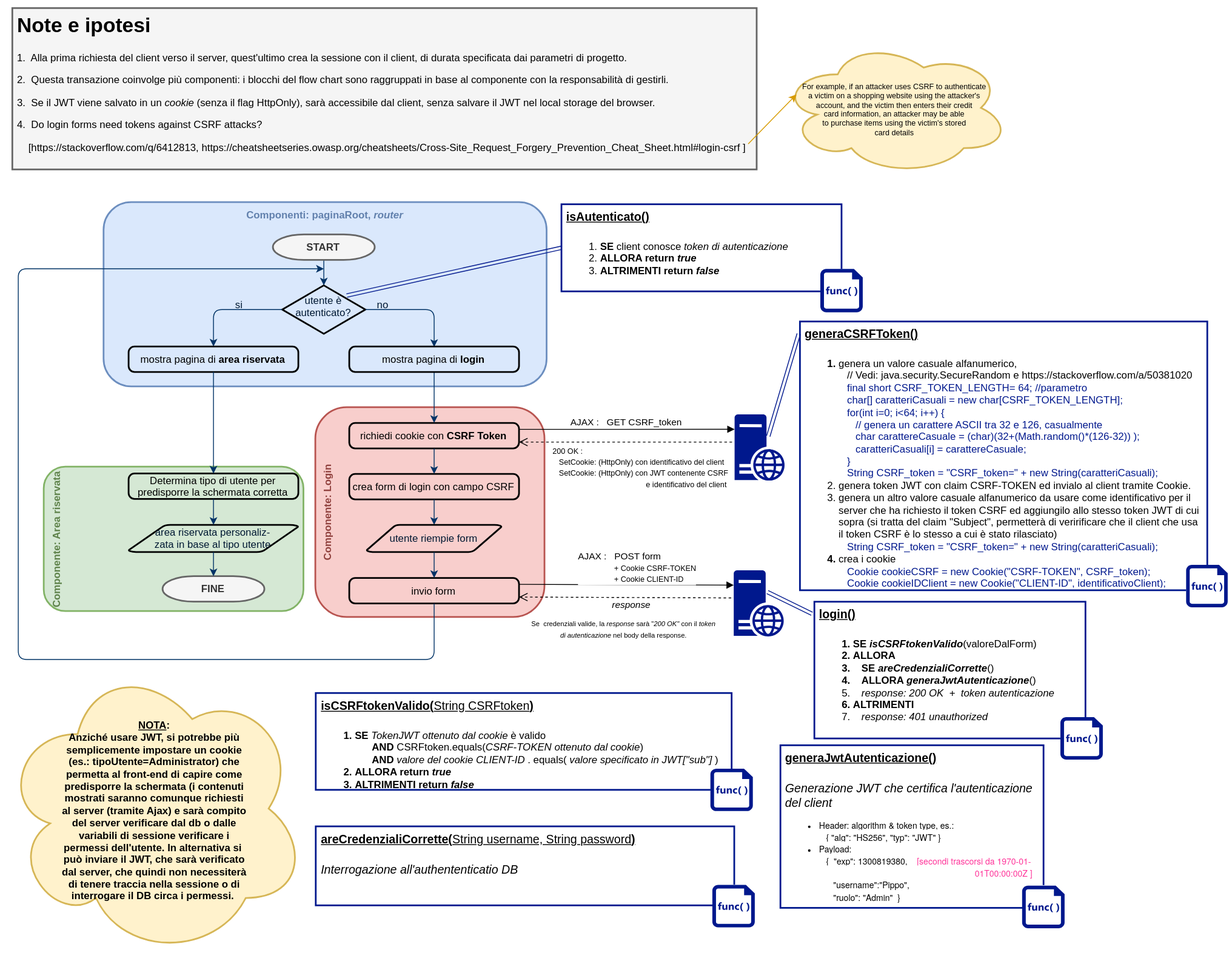
Earlier version of the draw.io export algoritmi/Autenticazione.svg (matteoferfoglia/progetto-progrweb-2020). Source tidied: cells renumbered, new cells last; positions are measured from the earlier drawing's top-left corner, leaving out a move shared by most shapes.
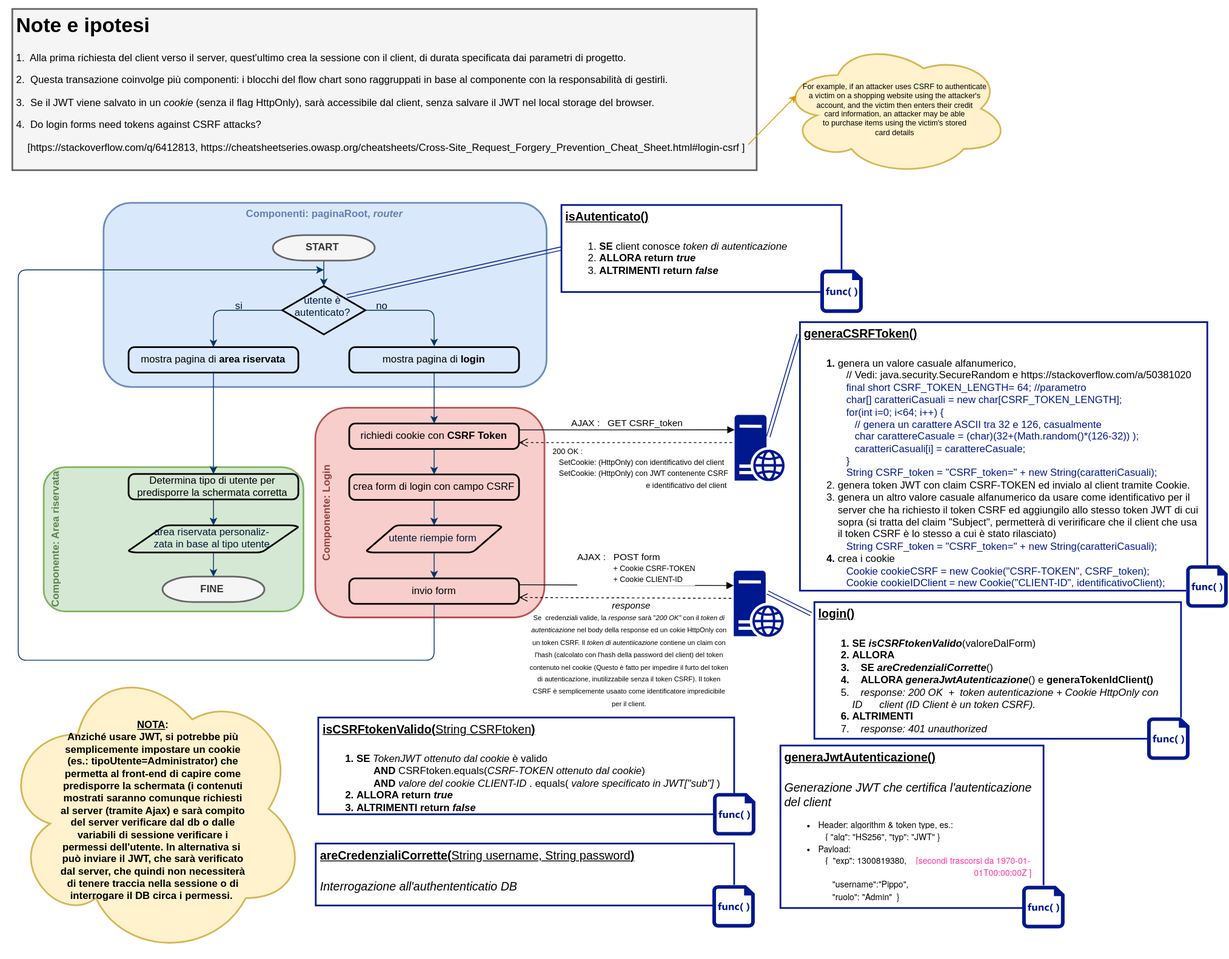
Later version of the same file.

Change to the diagram source:
```diff
@@ -133,25 +133,25 @@
       <mxGeometry x="244.8" y="165.4" width="50.1" height="50.1" as="geometry" />
     </mxCell>
     <mxCell id="44" style="group;" parent="1" vertex="1">
-      <mxGeometry x="958" y="699" width="349" height="190" as="geometry" />
+      <mxGeometry x="958" y="699" width="472" height="190" as="geometry" />
     </mxCell>
     <mxCell id="45" style="group;" parent="44" vertex="1">
-      <mxGeometry width="319.4" height="190" as="geometry" />
+      <mxGeometry width="432" height="190" as="geometry" />
     </mxCell>
     <mxCell id="46" style="group;" parent="45" vertex="1">
-      <mxGeometry width="319.4" height="170.4" as="geometry" />
+      <mxGeometry width="432" height="170.4" as="geometry" />
     </mxCell>
-    <mxCell id="47" value="&lt;h1&gt;&lt;font style=&quot;font-size: 14px&quot;&gt;&lt;u&gt;login()&lt;/u&gt;&lt;/font&gt;&lt;/h1&gt;&lt;h1&gt;&lt;p style=&quot;font-size: 12px ; font-weight: 400&quot;&gt;&lt;/p&gt;&lt;ol style=&quot;font-size: 12px&quot;&gt;&lt;li&gt;SE &lt;i&gt;isCSRFtokenValido&lt;/i&gt;&lt;span style=&quot;font-weight: 400&quot;&gt;(valoreDalForm)&lt;/span&gt;&lt;/li&gt;&lt;li&gt;ALLORA&lt;/li&gt;&lt;li&gt;&lt;span style=&quot;font-weight: 400&quot;&gt;&amp;nbsp; &amp;nbsp;&lt;/span&gt;SE &lt;i&gt;areCredenzialiCorrette&lt;/i&gt;&lt;span style=&quot;font-weight: 400&quot;&gt;()&lt;/span&gt;&lt;/li&gt;&lt;li&gt;&lt;span style=&quot;font-weight: 400&quot;&gt;&amp;nbsp; &amp;nbsp;&lt;/span&gt;ALLORA &lt;i&gt;generaJwtAutenticazione&lt;/i&gt;&lt;span style=&quot;font-weight: 400&quot;&gt;()&lt;/span&gt;&lt;/li&gt;&lt;li style=&quot;font-weight: 400&quot;&gt;&amp;nbsp; &amp;nbsp;&lt;i&gt;response: 200 OK&amp;nbsp; +&amp;nbsp; token autenticazione&lt;/i&gt;&lt;/li&gt;&lt;li&gt;ALTRIMENTI&lt;/li&gt;&lt;li style=&quot;font-weight: 400&quot;&gt;&amp;nbsp; &amp;nbsp;&lt;i&gt;response: 401 unauthorized&lt;/i&gt;&lt;/li&gt;&lt;/ol&gt;&lt;/h1&gt;&lt;p&gt;&lt;/p&gt;" style="text;html=1;spacing=5;spacingTop=-29;whiteSpace=wrap;overflow=hidden;rounded=0;strokeColor=#00188D;fillColor=none;strokeWidth=2;" parent="46" vertex="1">
-      <mxGeometry width="319.4" height="161" as="geometry" />
+    <mxCell id="47" value="&lt;h1&gt;&lt;font style=&quot;font-size: 14px&quot;&gt;&lt;u&gt;login()&lt;/u&gt;&lt;/font&gt;&lt;/h1&gt;&lt;h1&gt;&lt;p style=&quot;font-size: 12px ; font-weight: 400&quot;&gt;&lt;/p&gt;&lt;ol style=&quot;font-size: 12px&quot;&gt;&lt;li&gt;SE &lt;i&gt;isCSRFtokenValido&lt;/i&gt;&lt;span style=&quot;font-weight: 400&quot;&gt;(valoreDalForm)&lt;/span&gt;&lt;/li&gt;&lt;li&gt;ALLORA&lt;/li&gt;&lt;li&gt;&lt;span style=&quot;font-weight: 400&quot;&gt;&amp;nbsp; &amp;nbsp;&lt;/span&gt;SE &lt;i&gt;areCredenzialiCorrette&lt;/i&gt;&lt;span style=&quot;font-weight: 400&quot;&gt;()&lt;/span&gt;&lt;/li&gt;&lt;li&gt;&lt;span style=&quot;font-weight: 400&quot;&gt;&amp;nbsp; &amp;nbsp;&lt;/span&gt;ALLORA &lt;i&gt;generaJwtAutenticazione&lt;/i&gt;&lt;span style=&quot;font-weight: 400&quot;&gt;() e &lt;/span&gt;generaTokenIdClient()&lt;/li&gt;&lt;li style=&quot;font-weight: 400&quot;&gt;&amp;nbsp; &amp;nbsp;&lt;i&gt;response: 200 OK&amp;nbsp; +&amp;nbsp; token autenticazione + Cookie HttpOnly con ID&amp;nbsp; &amp;nbsp; &amp;nbsp; client (ID Client è un token CSRF).&lt;/i&gt;&lt;/li&gt;&lt;li&gt;ALTRIMENTI&lt;/li&gt;&lt;li style=&quot;font-weight: 400&quot;&gt;&amp;nbsp; &amp;nbsp;&lt;i&gt;response: 401 unauthorized&lt;/i&gt;&lt;/li&gt;&lt;/ol&gt;&lt;/h1&gt;&lt;p&gt;&lt;/p&gt;" style="text;html=1;spacing=5;spacingTop=-29;whiteSpace=wrap;overflow=hidden;rounded=0;strokeColor=#00188D;fillColor=none;strokeWidth=2;" parent="46" vertex="1">
+      <mxGeometry width="432" height="161" as="geometry" />
     </mxCell>
     <mxCell id="48" style="group;" parent="44" vertex="1">
-      <mxGeometry x="289.9" y="135.9" width="50" height="50" as="geometry" />
+      <mxGeometry x="392" y="135.9" width="50" height="50" as="geometry" />
     </mxCell>
     <mxCell id="49" style="whiteSpace=wrap;html=1;shadow=0;fillColor=#ffffff;strokeColor=none;" parent="48" vertex="1">
       <mxGeometry width="50" height="50" as="geometry" />
     </mxCell>
     <mxCell id="50" style="shadow=0;dashed=0;html=1;strokeColor=none;labelPosition=center;verticalLabelPosition=bottom;verticalAlign=top;align=center;fillColor=#00188D;shape=mxgraph.mscae.enterprise.code_file;" parent="44" vertex="1">
-      <mxGeometry x="289.9" y="135.9" width="50" height="50" as="geometry" />
+      <mxGeometry x="392" y="135.9" width="50" height="50" as="geometry" />
     </mxCell>
     <mxCell id="51" style="group;" parent="1" vertex="1">
       <mxGeometry x="370.5" y="963.5" width="537" height="120" as="geometry" />
@@ -163,7 +163,7 @@
       <mxGeometry width="537" height="120" as="geometry" />
     </mxCell>
     <mxCell id="54" value="&lt;h1&gt;&lt;font style=&quot;font-size: 14px&quot;&gt;&lt;u&gt;areCredenzialiCorrette(&lt;span style=&quot;font-weight: normal&quot;&gt;String username, String password&lt;/span&gt;)&lt;/u&gt;&lt;/font&gt;&lt;/h1&gt;&lt;div&gt;&lt;span style=&quot;font-size: 14px&quot;&gt;&lt;i&gt;Interrogazione all'authententicatio DB&lt;/i&gt;&lt;/span&gt;&lt;/div&gt;&lt;p&gt;&lt;/p&gt;" style="text;html=1;spacing=5;spacingTop=-29;whiteSpace=wrap;overflow=hidden;rounded=0;strokeColor=#00188D;fillColor=none;strokeWidth=2;" parent="53" vertex="1">
-      <mxGeometry width="493.1" height="93" as="geometry" />
+      <mxGeometry y="20" width="493" height="73" as="geometry" />
     </mxCell>
     <mxCell id="55" style="group;" parent="53" vertex="1">
       <mxGeometry x="467.5" y="68.7" width="50" height="50" as="geometry" />
@@ -175,7 +175,7 @@
       <mxGeometry x="467.3" y="69" width="50" height="50" as="geometry" />
     </mxCell>
     <mxCell id="58" style="group;" parent="1" vertex="1">
-      <mxGeometry x="370.5" y="806.5" width="520" height="147" as="geometry" />
+      <mxGeometry x="373.5" y="835" width="520" height="147" as="geometry" />
     </mxCell>
     <mxCell id="59" style="group;" parent="58" vertex="1">
       <mxGeometry width="520" height="147" as="geometry" />
@@ -247,8 +247,8 @@
         <mxPoint x="880" y="160" as="sourcePoint" />
       </mxGeometry>
     </mxCell>
-    <mxCell id="78" value="&lt;font style=&quot;font-size: 8px ; line-height: 90%&quot;&gt;Se&amp;nbsp;&lt;i&gt;&amp;nbsp;&lt;/i&gt;credenziali valide, la &lt;i&gt;response&lt;/i&gt;&amp;nbsp;sarà &quot;&lt;i&gt;200 OK&quot;&lt;/i&gt;&amp;nbsp;con il &lt;i&gt;token di autenticazione&amp;nbsp;&lt;/i&gt;nel body della response.&lt;br&gt;&lt;/font&gt;" style="rounded=1;whiteSpace=wrap;html=1;fillColor=none;strokeColor=none;" parent="1" vertex="1">
-      <mxGeometry x="620" y="709" width="227" height="41" as="geometry" />
+    <mxCell id="78" value="&lt;font style=&quot;font-size: 8px ; line-height: 90%&quot;&gt;Se&amp;nbsp;&lt;i&gt;&amp;nbsp;&lt;/i&gt;credenziali valide, la &lt;i&gt;response&lt;/i&gt;&amp;nbsp;sarà &quot;&lt;i&gt;200 OK&quot;&lt;/i&gt;&amp;nbsp;con il &lt;i&gt;token di autenticazione&amp;nbsp;&lt;/i&gt;nel body della response ed un cokie HttpOnly con un token CSRF. Il &lt;i&gt;token di autentiicazione&lt;/i&gt;&amp;nbsp;contiene un claim con l'hash (calcolato con l'hash della password del client) del token contenuto nel cookie (Questo è fatto per impedire il furto del token di autenticazione, inutilizzabile senza il token CSRF). Il token CSRF è semplicemente usaato come identificatore impredicibile per il client.&lt;br&gt;&lt;/font&gt;" style="rounded=1;whiteSpace=wrap;html=1;fillColor=none;strokeColor=none;" parent="1" vertex="1">
+      <mxGeometry x="620" y="709" width="240" height="111" as="geometry" />
     </mxCell>
     <mxCell id="79" value="mostra pagina di&amp;nbsp;&lt;b&gt;login&lt;/b&gt;" style="rounded=1;whiteSpace=wrap;html=1;absoluteArcSize=1;arcSize=14;strokeWidth=2;shadow=0;fillColor=none;gradientColor=none;" parent="1" vertex="1">
       <mxGeometry x="410" y="398.5" width="200" height="30" as="geometry" />
```
